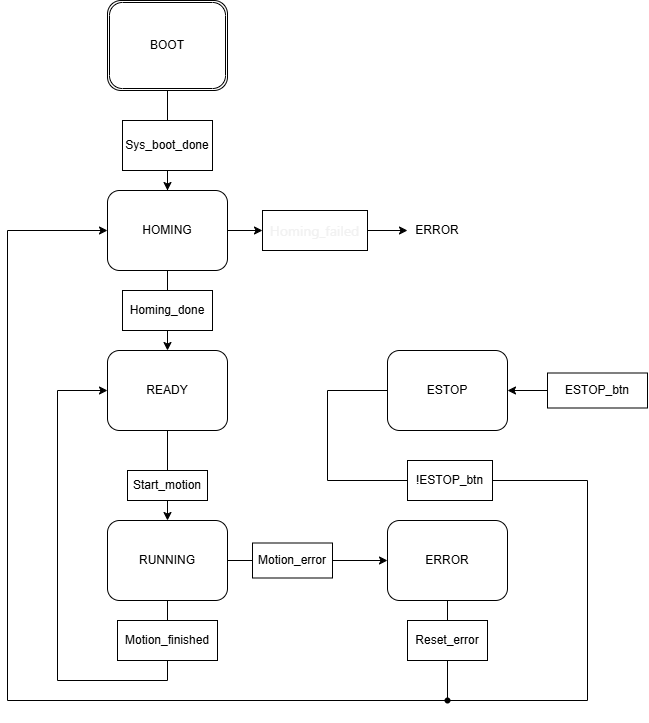
The draw.io diagram hello_world/DP_Platform/docs/images/System_state.png in DawidKM2026/KM-2026, before a commit. Source tidied: cells renumbered, new cells last; positions are measured from the earlier drawing's top-left corner, leaving out a move shared by most shapes. Its diagram source:
```xml
<mxGraphModel>
  <root>
    <mxCell id="0" />
    <mxCell id="1" parent="0" />
    <mxCell id="2" style="edgeStyle=orthogonalEdgeStyle;rounded=0;jettySize=auto;html=1;exitX=0.5;exitY=1;exitDx=0;exitDy=0;" parent="1" edge="1" source="29" target="12">
      <mxGeometry relative="1" as="geometry" />
    </mxCell>
    <mxCell id="3" value="BOOT" style="shape=ext;double=1;rounded=1;whiteSpace=wrap;html=1;" parent="1" vertex="1">
      <mxGeometry x="100" width="120" height="90" as="geometry" />
    </mxCell>
    <mxCell id="4" style="edgeStyle=orthogonalEdgeStyle;rounded=0;jettySize=auto;html=1;exitX=0.5;exitY=1;exitDx=0;exitDy=0;entryX=0.5;entryY=0;entryDx=0;entryDy=0;" parent="1" edge="1" source="19" target="7">
      <mxGeometry relative="1" as="geometry" />
    </mxCell>
    <mxCell id="5" value="READY" style="rounded=1;whiteSpace=wrap;html=1;" parent="1" vertex="1">
      <mxGeometry x="100" y="350" width="120" height="80" as="geometry" />
    </mxCell>
    <mxCell id="6" style="edgeStyle=orthogonalEdgeStyle;rounded=0;jettySize=auto;html=1;exitX=1;exitY=0.5;exitDx=0;exitDy=0;entryX=0;entryY=0.5;entryDx=0;entryDy=0;" parent="1" edge="1" source="20" target="8">
      <mxGeometry relative="1" as="geometry" />
    </mxCell>
    <mxCell id="7" value="RUNNING" style="rounded=1;whiteSpace=wrap;html=1;" parent="1" vertex="1">
      <mxGeometry x="100" y="520" width="120" height="80" as="geometry" />
    </mxCell>
    <mxCell id="8" value="ERROR" style="rounded=1;whiteSpace=wrap;html=1;" parent="1" vertex="1">
      <mxGeometry x="380" y="520" width="120" height="80" as="geometry" />
    </mxCell>
    <mxCell id="9" style="endArrow=none;html=1;rounded=0;exitDx=0;exitDy=0;" parent="1" edge="1">
      <mxGeometry relative="1" as="geometry">
        <mxPoint x="180" y="720" as="sourcePoint" />
        <mxPoint x="180" y="720" as="targetPoint" />
      </mxGeometry>
    </mxCell>
    <mxCell id="10" style="edgeStyle=orthogonalEdgeStyle;rounded=0;jettySize=auto;html=1;exitX=0.5;exitY=1;exitDx=0;exitDy=0;entryX=0.5;entryY=0;entryDx=0;entryDy=0;" parent="1" edge="1" source="30" target="5">
      <mxGeometry relative="1" as="geometry" />
    </mxCell>
    <mxCell id="11" style="edgeStyle=orthogonalEdgeStyle;rounded=0;jettySize=auto;html=1;" parent="1" edge="1" source="12" target="32">
      <mxGeometry relative="1" as="geometry" />
    </mxCell>
    <mxCell id="12" value="HOMING" style="rounded=1;whiteSpace=wrap;html=1;" parent="1" vertex="1">
      <mxGeometry x="100" y="190" width="120" height="80" as="geometry" />
    </mxCell>
    <mxCell id="13" value="ESTOP" style="rounded=1;whiteSpace=wrap;html=1;" parent="1" vertex="1">
      <mxGeometry x="380" y="350" width="120" height="80" as="geometry" />
    </mxCell>
    <mxCell id="14" style="endArrow=none;html=1;rounded=0;entryX=0.5;entryY=1;entryDx=0;entryDy=0;exitX=0.5;exitY=0;exitDx=0;exitDy=0;" parent="1" edge="1" source="25" target="7">
      <mxGeometry relative="1" as="geometry" />
    </mxCell>
    <mxCell id="15" style="endArrow=classic;html=1;rounded=0;entryX=1;entryY=0.5;entryDx=0;entryDy=0;exitX=0;exitY=0.5;exitDx=0;exitDy=0;" parent="1" edge="1" source="23" target="13">
      <mxGeometry relative="1" as="geometry" />
    </mxCell>
    <mxCell id="16" style="endArrow=none;html=1;rounded=0;exitX=0.5;exitY=1;exitDx=0;exitDy=0;entryX=0.5;entryY=0;entryDx=0;entryDy=0;" parent="1" edge="1" source="3" target="29">
      <mxGeometry relative="1" as="geometry" />
    </mxCell>
    <mxCell id="17" style="endArrow=none;html=1;rounded=0;exitX=0.5;exitY=1;exitDx=0;exitDy=0;entryX=0.5;entryY=0;entryDx=0;entryDy=0;" parent="1" edge="1" source="12" target="30">
      <mxGeometry relative="1" as="geometry" />
    </mxCell>
    <mxCell id="18" style="endArrow=none;html=1;rounded=0;exitX=1;exitY=0.5;exitDx=0;exitDy=0;entryX=0;entryY=0.5;entryDx=0;entryDy=0;" parent="1" edge="1" source="7" target="20">
      <mxGeometry relative="1" as="geometry" />
    </mxCell>
    <mxCell id="19" value="Start_motion" style="rounded=0;whiteSpace=wrap;html=1;" parent="1" vertex="1">
      <mxGeometry x="120" y="470" width="80" height="30" as="geometry" />
    </mxCell>
    <mxCell id="20" value="Motion_error" style="rounded=0;whiteSpace=wrap;html=1;" parent="1" vertex="1">
      <mxGeometry x="245" y="542.5" width="80" height="35" as="geometry" />
    </mxCell>
    <mxCell id="21" style="endArrow=none;html=1;rounded=0;exitX=0.5;exitY=1;exitDx=0;exitDy=0;entryX=0.5;entryY=0;entryDx=0;entryDy=0;" parent="1" edge="1" source="5" target="19">
      <mxGeometry relative="1" as="geometry" />
    </mxCell>
    <mxCell id="22" value="!ESTOP_btn" style="rounded=0;whiteSpace=wrap;html=1;" parent="1" vertex="1">
      <mxGeometry x="400" y="460" width="85" height="40" as="geometry" />
    </mxCell>
    <mxCell id="23" value="ESTOP_btn" style="rounded=0;whiteSpace=wrap;html=1;" parent="1" vertex="1">
      <mxGeometry x="540" y="372.5" width="100" height="35" as="geometry" />
    </mxCell>
    <mxCell id="24" style="edgeStyle=orthogonalEdgeStyle;rounded=0;jettySize=auto;html=1;exitX=0.5;exitY=1;exitDx=0;exitDy=0;entryX=0;entryY=0.5;entryDx=0;entryDy=0;" parent="1" edge="1" source="25" target="5">
      <mxGeometry relative="1" as="geometry">
        <Array as="points">
          <mxPoint x="160" y="680" />
          <mxPoint x="50" y="680" />
          <mxPoint x="50" y="390" />
        </Array>
      </mxGeometry>
    </mxCell>
    <mxCell id="25" value="Motion_finished" style="rounded=0;whiteSpace=wrap;html=1;" parent="1" vertex="1">
      <mxGeometry x="110" y="620" width="100" height="40" as="geometry" />
    </mxCell>
    <mxCell id="26" style="edgeStyle=orthogonalEdgeStyle;rounded=0;jettySize=auto;html=1;exitX=0.5;exitY=1;exitDx=0;exitDy=0;entryX=0;entryY=0.5;entryDx=0;entryDy=0;" parent="1" edge="1" source="27" target="12">
      <mxGeometry relative="1" as="geometry">
        <Array as="points">
          <mxPoint x="440" y="700" />
          <mxPoint y="700" />
          <mxPoint y="230" />
        </Array>
      </mxGeometry>
    </mxCell>
    <mxCell id="27" value="Reset_error" style="rounded=0;whiteSpace=wrap;html=1;" parent="1" vertex="1">
      <mxGeometry x="400" y="620" width="80" height="40" as="geometry" />
    </mxCell>
    <mxCell id="28" style="endArrow=none;html=1;rounded=0;entryX=0.5;entryY=1;entryDx=0;entryDy=0;exitX=0.5;exitY=0;exitDx=0;exitDy=0;" parent="1" edge="1" source="27" target="8">
      <mxGeometry relative="1" as="geometry" />
    </mxCell>
    <mxCell id="29" value="Sys_boot_done" style="rounded=0;whiteSpace=wrap;html=1;" parent="1" vertex="1">
      <mxGeometry x="115" y="120" width="90" height="50" as="geometry" />
    </mxCell>
    <mxCell id="30" value="Homing_done" style="rounded=0;whiteSpace=wrap;html=1;" parent="1" vertex="1">
      <mxGeometry x="115" y="290" width="90" height="40" as="geometry" />
    </mxCell>
    <mxCell id="31" style="edgeStyle=orthogonalEdgeStyle;rounded=0;jettySize=auto;html=1;" parent="1" edge="1" source="32" target="33">
      <mxGeometry relative="1" as="geometry" />
    </mxCell>
    <mxCell id="32" value="&lt;div style=&quot;text-align: start; font-family: &amp;quot;Segoe UI&amp;quot;; font-size: 14px; line-height: 20px;&quot;&gt;&lt;span style=&quot;color: light-dark(rgb(241, 241, 241), rgb(255, 255, 255));&quot;&gt;Homing_failed&lt;/span&gt;&lt;/div&gt;" style="rounded=0;whiteSpace=wrap;html=1;" parent="1" vertex="1">
      <mxGeometry x="255" y="210" width="105" height="40" as="geometry" />
    </mxCell>
    <mxCell id="33" value="ERROR" style="text;html=1;whiteSpace=wrap;strokeColor=none;fillColor=none;align=center;verticalAlign=middle;rounded=0;" parent="1" vertex="1">
      <mxGeometry x="400" y="215" width="60" height="30" as="geometry" />
    </mxCell>
    <mxCell id="34" style="endArrow=none;html=1;rounded=0;exitX=0;exitY=0.5;exitDx=0;exitDy=0;entryX=0;entryY=0.5;entryDx=0;entryDy=0;" parent="1" edge="1" source="13" target="22">
      <mxGeometry relative="1" as="geometry">
        <Array as="points">
          <mxPoint x="320" y="390" />
          <mxPoint x="320" y="480" />
        </Array>
      </mxGeometry>
    </mxCell>
    <mxCell id="35" style="endArrow=none;html=1;rounded=0;entryX=1;entryY=0.5;entryDx=0;entryDy=0;" parent="1" edge="1" source="37" target="22">
      <mxGeometry relative="1" as="geometry">
        <Array as="points">
          <mxPoint x="580" y="700" />
          <mxPoint x="580" y="480" />
        </Array>
      </mxGeometry>
    </mxCell>
    <mxCell id="36" style="endArrow=none;html=1;rounded=0;entryDx=0;entryDy=0;" parent="1" edge="1" target="37">
      <mxGeometry relative="1" as="geometry">
        <mxPoint x="440" y="700" as="sourcePoint" />
      </mxGeometry>
    </mxCell>
    <mxCell id="37" style="shape=waypoint;sketch=0;fillStyle=solid;size=6;points=[];fillColor=none;perimeter=centerPerimeter;snapToPoint=1;" parent="1" vertex="1">
      <mxGeometry x="430" y="690" width="20" height="20" as="geometry" />
    </mxCell>
  </root>
</mxGraphModel>
```
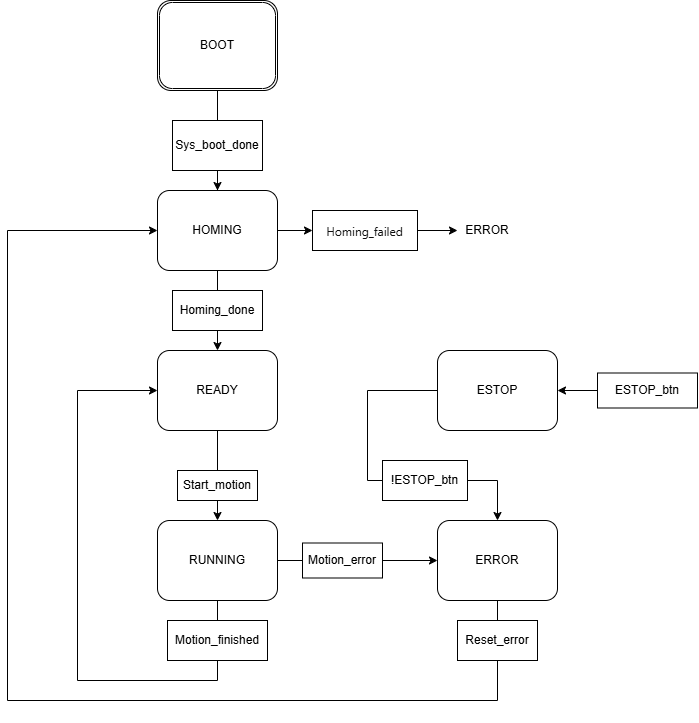
Above is the later version.

Commit message:
Update state space documentation and correct image reference

Change to the diagram source:
```diff
@@ -17,6 +17,15 @@
     <mxCell id="6" style="edgeStyle=orthogonalEdgeStyle;rounded=0;jettySize=auto;html=1;exitX=1;exitY=0.5;exitDx=0;exitDy=0;entryX=0;entryY=0.5;entryDx=0;entryDy=0;" parent="1" edge="1" source="20" target="8">
       <mxGeometry relative="1" as="geometry" />
     </mxCell>
+    <mxCell id="24" style="edgeStyle=orthogonalEdgeStyle;rounded=0;jettySize=auto;html=1;exitDx=0;exitDy=0;entryX=0;entryY=0.5;entryDx=0;entryDy=0;exitX=0.5;exitY=1;" parent="1" edge="1" source="25" target="5">
+      <mxGeometry relative="1" as="geometry">
+        <Array as="points">
+          <mxPoint x="160" y="680" />
+          <mxPoint x="20" y="680" />
+          <mxPoint x="20" y="390" />
+        </Array>
+      </mxGeometry>
+    </mxCell>
     <mxCell id="7" value="RUNNING" style="rounded=1;whiteSpace=wrap;html=1;" parent="1" vertex="1">
       <mxGeometry x="100" y="520" width="120" height="80" as="geometry" />
     </mxCell>
@@ -65,33 +74,27 @@
     <mxCell id="21" style="endArrow=none;html=1;rounded=0;exitX=0.5;exitY=1;exitDx=0;exitDy=0;entryX=0.5;entryY=0;entryDx=0;entryDy=0;" parent="1" edge="1" source="5" target="19">
       <mxGeometry relative="1" as="geometry" />
     </mxCell>
+    <mxCell id="38" style="edgeStyle=orthogonalEdgeStyle;rounded=0;jettySize=auto;html=1;exitX=1;exitY=0.5;exitDx=0;exitDy=0;entryX=0.5;entryY=0;entryDx=0;entryDy=0;" parent="1" edge="1" source="22" target="8">
+      <mxGeometry relative="1" as="geometry" />
+    </mxCell>
     <mxCell id="22" value="!ESTOP_btn" style="rounded=0;whiteSpace=wrap;html=1;" parent="1" vertex="1">
-      <mxGeometry x="400" y="460" width="85" height="40" as="geometry" />
+      <mxGeometry x="325" y="460" width="85" height="40" as="geometry" />
     </mxCell>
     <mxCell id="23" value="ESTOP_btn" style="rounded=0;whiteSpace=wrap;html=1;" parent="1" vertex="1">
       <mxGeometry x="540" y="372.5" width="100" height="35" as="geometry" />
     </mxCell>
-    <mxCell id="24" style="edgeStyle=orthogonalEdgeStyle;rounded=0;jettySize=auto;html=1;exitX=0.5;exitY=1;exitDx=0;exitDy=0;entryX=0;entryY=0.5;entryDx=0;entryDy=0;" parent="1" edge="1" source="25" target="5">
-      <mxGeometry relative="1" as="geometry">
-        <Array as="points">
-          <mxPoint x="160" y="680" />
-          <mxPoint x="50" y="680" />
-          <mxPoint x="50" y="390" />
-        </Array>
-      </mxGeometry>
-    </mxCell>
     <mxCell id="25" value="Motion_finished" style="rounded=0;whiteSpace=wrap;html=1;" parent="1" vertex="1">
       <mxGeometry x="110" y="620" width="100" height="40" as="geometry" />
     </mxCell>
-    <mxCell id="26" style="edgeStyle=orthogonalEdgeStyle;rounded=0;jettySize=auto;html=1;exitX=0.5;exitY=1;exitDx=0;exitDy=0;entryX=0;entryY=0.5;entryDx=0;entryDy=0;" parent="1" edge="1" source="27" target="12">
-      <mxGeometry relative="1" as="geometry">
-        <Array as="points">
-          <mxPoint x="440" y="700" />
-          <mxPoint y="700" />
-          <mxPoint y="230" />
-        </Array>
-      </mxGeometry>
-    </mxCell>
+    <mxCell id="39" style="edgeStyle=orthogonalEdgeStyle;rounded=0;jettySize=auto;html=1;exitDx=0;exitDy=0;entryX=0;entryY=0.5;entryDx=0;entryDy=0;" parent="1" edge="1" target="12">
+      <mxGeometry relative="1" as="geometry">
+        <mxPoint x="440" y="700" as="sourcePoint" />
+        <Array as="points">
+          <mxPoint x="-50" y="700" />
+          <mxPoint x="-50" y="230" />
+        </Array>
+      </mxGeometry>
+    </mxCell>
     <mxCell id="27" value="Reset_error" style="rounded=0;whiteSpace=wrap;html=1;" parent="1" vertex="1">
       <mxGeometry x="400" y="620" width="80" height="40" as="geometry" />
     </mxCell>
@@ -107,35 +110,24 @@
     <mxCell id="31" style="edgeStyle=orthogonalEdgeStyle;rounded=0;jettySize=auto;html=1;" parent="1" edge="1" source="32" target="33">
       <mxGeometry relative="1" as="geometry" />
     </mxCell>
-    <mxCell id="32" value="&lt;div style=&quot;text-align: start; font-family: &amp;quot;Segoe UI&amp;quot;; font-size: 14px; line-height: 20px;&quot;&gt;&lt;span style=&quot;color: light-dark(rgb(241, 241, 241), rgb(255, 255, 255));&quot;&gt;Homing_failed&lt;/span&gt;&lt;/div&gt;" style="rounded=0;whiteSpace=wrap;html=1;" parent="1" vertex="1">
+    <mxCell id="32" value="&lt;div style=&quot;text-align: start; font-family: &amp;quot;Segoe UI&amp;quot;; line-height: 20px;&quot;&gt;&lt;font style=&quot;line-height: 120%; color: light-dark(rgb(15, 15, 15), rgb(0, 0, 0));&quot;&gt;Homing_failed&lt;/font&gt;&lt;/div&gt;" style="rounded=0;whiteSpace=wrap;html=1;" parent="1" vertex="1">
       <mxGeometry x="255" y="210" width="105" height="40" as="geometry" />
     </mxCell>
     <mxCell id="33" value="ERROR" style="text;html=1;whiteSpace=wrap;strokeColor=none;fillColor=none;align=center;verticalAlign=middle;rounded=0;" parent="1" vertex="1">
       <mxGeometry x="400" y="215" width="60" height="30" as="geometry" />
     </mxCell>
-    <mxCell id="34" style="endArrow=none;html=1;rounded=0;exitX=0;exitY=0.5;exitDx=0;exitDy=0;entryX=0;entryY=0.5;entryDx=0;entryDy=0;" parent="1" edge="1" source="13" target="22">
-      <mxGeometry relative="1" as="geometry">
-        <Array as="points">
-          <mxPoint x="320" y="390" />
-          <mxPoint x="320" y="480" />
-        </Array>
-      </mxGeometry>
-    </mxCell>
-    <mxCell id="35" style="endArrow=none;html=1;rounded=0;entryX=1;entryY=0.5;entryDx=0;entryDy=0;" parent="1" edge="1" source="37" target="22">
-      <mxGeometry relative="1" as="geometry">
-        <Array as="points">
-          <mxPoint x="580" y="700" />
-          <mxPoint x="580" y="480" />
-        </Array>
-      </mxGeometry>
-    </mxCell>
-    <mxCell id="36" style="endArrow=none;html=1;rounded=0;entryDx=0;entryDy=0;" parent="1" edge="1" target="37">
-      <mxGeometry relative="1" as="geometry">
-        <mxPoint x="440" y="700" as="sourcePoint" />
-      </mxGeometry>
-    </mxCell>
-    <mxCell id="37" style="shape=waypoint;sketch=0;fillStyle=solid;size=6;points=[];fillColor=none;perimeter=centerPerimeter;snapToPoint=1;" parent="1" vertex="1">
-      <mxGeometry x="430" y="690" width="20" height="20" as="geometry" />
-    </mxCell>
+    <mxCell id="40" style="endArrow=none;html=1;rounded=0;entryX=0;entryY=0.5;entryDx=0;entryDy=0;exitX=0;exitY=0.5;exitDx=0;exitDy=0;" parent="1" edge="1" source="22" target="13">
+      <mxGeometry relative="1" as="geometry">
+        <Array as="points">
+          <mxPoint x="310" y="480" />
+          <mxPoint x="310" y="390" />
+        </Array>
+      </mxGeometry>
+    </mxCell>
+    <mxCell id="41" style="endArrow=none;html=1;rounded=0;entryX=0.5;entryY=1;entryDx=0;entryDy=0;exitX=0.25;exitY=0.85;exitDx=0;exitDy=0;exitPerimeter=0;" parent="1" edge="1" target="27">
+      <mxGeometry relative="1" as="geometry">
+        <mxPoint x="440" y="700" as="sourcePoint" />
+      </mxGeometry>
+    </mxCell>
   </root>
 </mxGraphModel>
```
